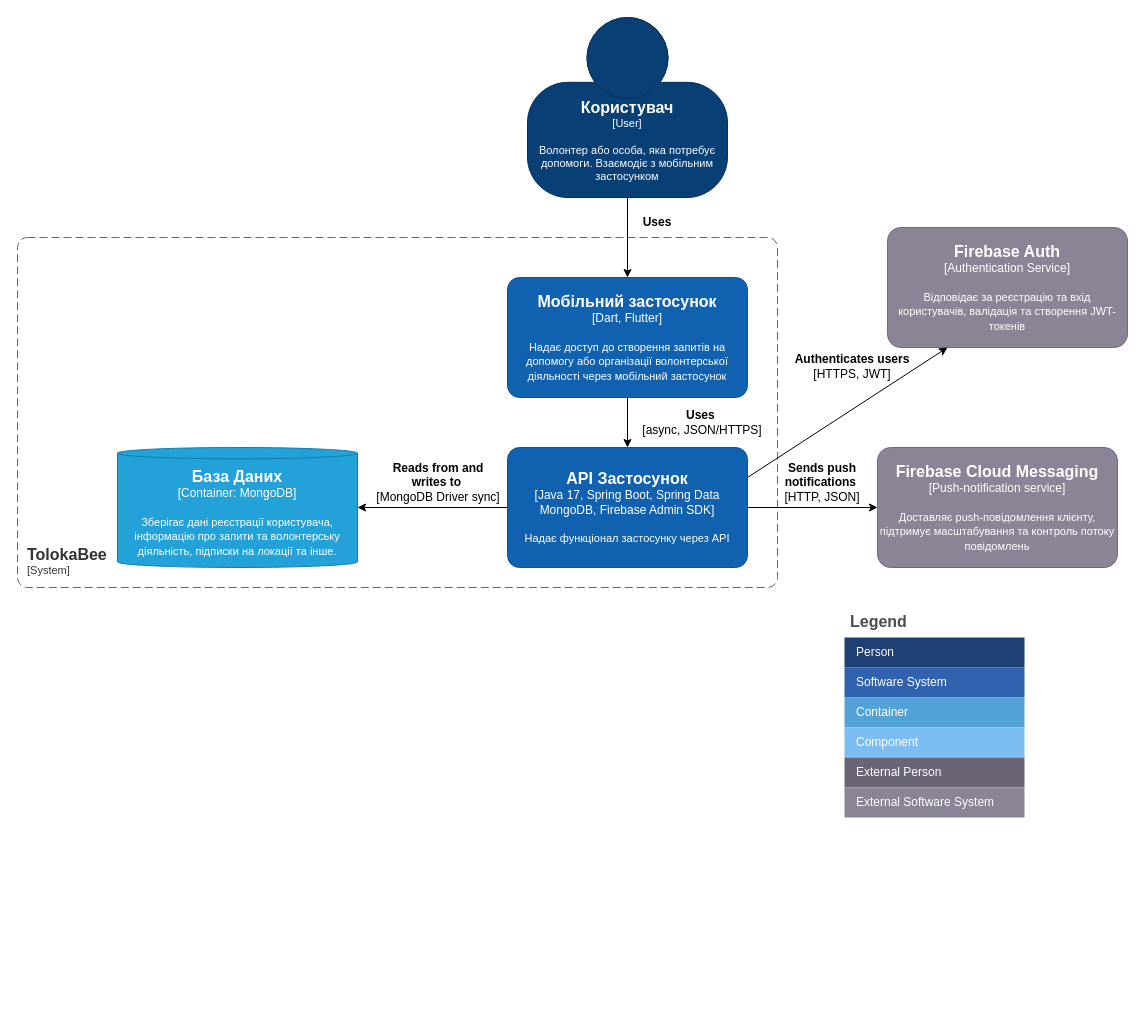
Before: Untitled Diagram.drawio in valeriiaradzivilo/drawio_repository, a draw.io diagram. Source tidied: cells renumbered, new cells numbered last; positions are measured from the earlier drawing's top-left corner, leaving out a move shared by most shapes. Both pictures are drawn from the tidied source at 100%, with x=0, y=0 at pixel (17, 17).
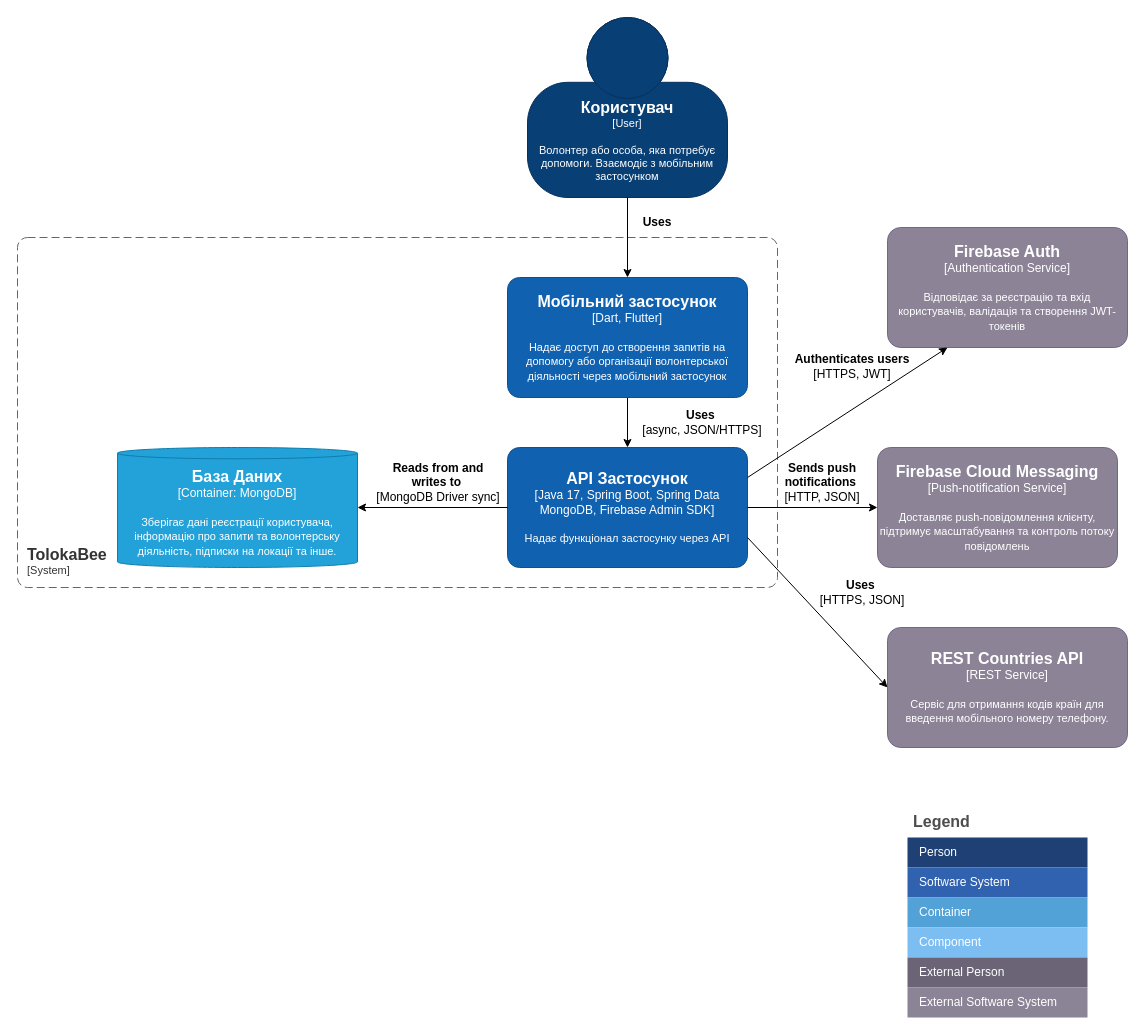
Above is the later version.

The change refers to these unchanged cells:
```xml
<object id="8" label="&lt;font style=&quot;font-size: 16px&quot;&gt;&lt;b&gt;%c4Name%&lt;/b&gt;&lt;/font&gt;&lt;div&gt;[%c4Type%]&lt;/div&gt;&lt;br&gt;&lt;div&gt;&lt;font style=&quot;font-size: 11px&quot;&gt;&lt;font color=&quot;#ffffff&quot;&gt;%c4Description%&lt;/font&gt;&lt;/div&gt;" c4Description="Надає функціонал застосунку через API" c4Name="API Застосунок" c4Type="Java 17, Spring Boot, Spring Data MongoDB, Firebase Admin SDK" placeholders="1">
  <mxCell style="rounded=1;whiteSpace=wrap;html=1;labelBackgroundColor=none;fillColor=#1061B0;fontColor=#ffffff;align=center;arcSize=10;strokeColor=#0D5091;points=[[0.25,0,0],[0.5,0,0],[0.75,0,0],[1,0.25,0],[1,0.5,0],[1,0.75,0],[0.75,1,0],[0.5,1,0],[0.25,1,0],[0,0.75,0],[0,0.5,0],[0,0.25,0]];" parent="1" vertex="1">
    <mxGeometry x="490" y="430" width="240" height="120" as="geometry" />
  </mxCell>
</object>
```

Change to the diagram source:
```diff
@@
-    <object id="14" label="&lt;font style=&quot;font-size: 16px&quot;&gt;&lt;b&gt;%c4Name%&lt;/b&gt;&lt;/font&gt;&lt;div&gt;[%c4Type%]&lt;/div&gt;&lt;br&gt;&lt;div&gt;&lt;font style=&quot;font-size: 11px&quot;&gt;&lt;font color=&quot;#ffffff&quot;&gt;%c4Description%&lt;/font&gt;&lt;/div&gt;" c4Description="Доставляє push-повідомлення клієнту, підтримує масштабування та контроль потоку повідомлень" c4Name="Firebase Cloud Messaging" c4Type="Push-notification service" placeholders="1">
+    <object id="14" label="&lt;font style=&quot;font-size: 16px&quot;&gt;&lt;b&gt;%c4Name%&lt;/b&gt;&lt;/font&gt;&lt;div&gt;[%c4Type%]&lt;/div&gt;&lt;br&gt;&lt;div&gt;&lt;font style=&quot;font-size: 11px&quot;&gt;&lt;font color=&quot;#ffffff&quot;&gt;%c4Description%&lt;/font&gt;&lt;/div&gt;" c4Description="Доставляє push-повідомлення клієнту, підтримує масштабування та контроль потоку повідомлень" c4Name="Firebase Cloud Messaging" c4Type="Push-notification Service" placeholders="1">
       <mxCell style="rounded=1;whiteSpace=wrap;html=1;labelBackgroundColor=none;fillColor=#8C8496;fontColor=#ffffff;align=center;arcSize=11;strokeColor=#736782;points=[[0.25,0,0],[0.5,0,0],[0.75,0,0],[1,0.25,0],[1,0.5,0],[1,0.75,0],[0.75,1,0],[0.5,1,0],[0.25,1,0],[0,0.75,0],[0,0.5,0],[0,0.25,0]];" parent="1" vertex="1">
         <mxGeometry x="860" y="430" width="240" height="120" as="geometry" />
       </mxCell>
     </object>
@@
     <mxCell id="19" value="Legend" style="shape=table;startSize=30;childLayout=tableLayout;fontSize=16;align=left;verticalAlign=top;fillColor=none;strokeColor=none;fontColor=#4D4D4D;fontStyle=1;spacingLeft=6;spacing=0;" parent="1" vertex="1">
-      <mxGeometry x="827" y="590" width="180" height="210" as="geometry" />
+      <mxGeometry x="890" y="790" width="180" height="210" as="geometry" />
     </mxCell>
@@
+    <object id="32" label="&lt;font style=&quot;font-size: 16px&quot;&gt;&lt;b&gt;%c4Name%&lt;/b&gt;&lt;/font&gt;&lt;div&gt;[%c4Type%]&lt;/div&gt;&lt;br&gt;&lt;div&gt;&lt;font style=&quot;font-size: 11px&quot;&gt;&lt;font color=&quot;#ffffff&quot;&gt;%c4Description%&lt;/font&gt;&lt;/div&gt;" c4Description="Сервіс для отримання кодів країн для введення мобільного номеру телефону." c4Name="REST Countries API" c4Type="REST Service" placeholders="1">
+      <mxCell style="rounded=1;whiteSpace=wrap;html=1;labelBackgroundColor=none;fillColor=#8C8496;fontColor=#ffffff;align=center;arcSize=11;strokeColor=#736782;points=[[0.25,0,0],[0.5,0,0],[0.75,0,0],[1,0.25,0],[1,0.5,0],[1,0.75,0],[0.75,1,0],[0.5,1,0],[0.25,1,0],[0,0.75,0],[0,0.5,0],[0,0.25,0]];" parent="1" vertex="1">
+        <mxGeometry x="870" y="610" width="240" height="120" as="geometry" />
+      </mxCell>
+    </object>
+    <mxCell id="33" style="rounded=0;jettySize=auto;html=1;exitX=1;exitY=0.75;exitDx=0;exitDy=0;exitPerimeter=0;entryX=0;entryY=0.5;entryDx=0;entryDy=0;entryPerimeter=0;" parent="1" edge="1" source="8" target="32">
+      <mxGeometry relative="1" as="geometry" />
+    </mxCell>
+    <mxCell id="34" value="&lt;b&gt;Uses&amp;nbsp;&lt;/b&gt;&lt;div&gt;[HTTPS, JSON]&lt;/div&gt;" style="text;html=1;align=center;verticalAlign=middle;whiteSpace=wrap;rounded=0;" parent="1" vertex="1">
+      <mxGeometry x="780" y="560" width="130" height="30" as="geometry" />
+    </mxCell>
```
